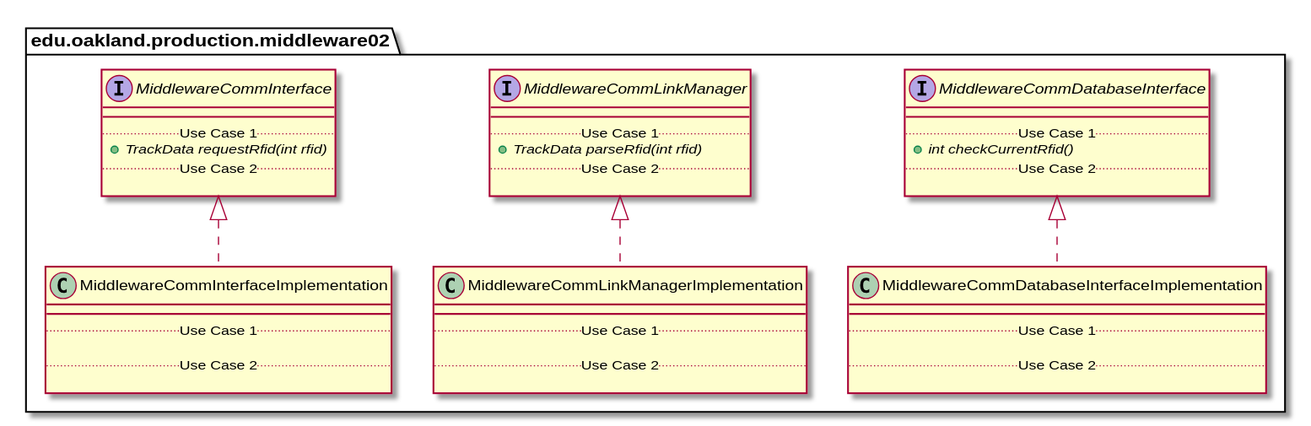
Above: docs/uml-class-diagrams/middleware02/production/Middleware02ProductionPackage_DirectDependencies.svg in elilley15/csi-3370-software-project (PlantUML), before the change.
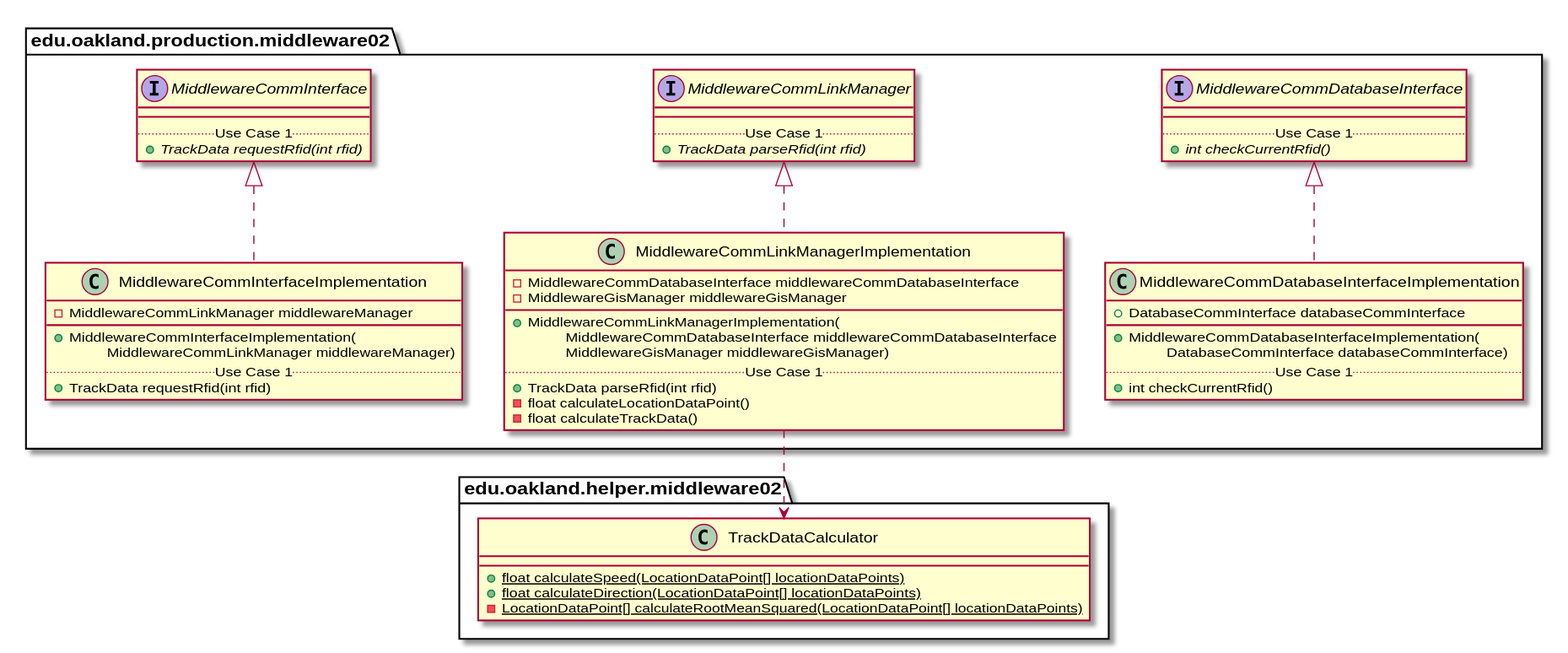
Above is the later version.

What changed in the source:
```diff
@@ -15,8 +15,6 @@
         __
         .. Use Case 1 ..
         {abstract} + TrackData requestRfid(int rfid)
-        .. Use Case 2 ..
-
     }
 }
 
@@ -26,8 +24,6 @@
         __
         .. Use Case 1 ..
         {abstract} + TrackData parseRfid(int rfid)
-        .. Use Case 2 ..
-
     }
 }
 
@@ -37,20 +33,18 @@
         __
         .. Use Case 1 ..
         {abstract} + int checkCurrentRfid()
-        .. Use Case 2 ..
-
     }
 }
 
 
 package edu.oakland.production.middleware02 {
     class MiddlewareCommInterfaceImplementation {
+        - MiddlewareCommLinkManager middlewareManager
         __
+        + MiddlewareCommInterfaceImplementation(
+        \tMiddlewareCommLinkManager middlewareManager)
         .. Use Case 1 ..
-
-        .. Use Case 2 ..
-
-    }
+        + TrackData requestRfid(int rfid)
 }
 
 
@@ -58,11 +52,16 @@
 
 package edu.oakland.production.middleware02 {
     class MiddlewareCommLinkManagerImplementation {
+        - MiddlewareCommDatabaseInterface middlewareCommDatabaseInterface
+        - MiddlewareGisManager middlewareGisManager
         __
+        + MiddlewareCommLinkManagerImplementation(
+        \tMiddlewareCommDatabaseInterface middlewareCommDatabaseInterface
+        \tMiddlewareGisManager middlewareGisManager)
         .. Use Case 1 ..
-
-        .. Use Case 2 ..
-
+        + TrackData parseRfid(int rfid)
+        - float calculateLocationDataPoint()
+        - float calculateTrackData()
     }
 }
 
@@ -71,11 +70,12 @@
 
 package edu.oakland.production.middleware02 {
     class MiddlewareCommDatabaseInterfaceImplementation {
+        + DatabaseCommInterface databaseCommInterface
         __
+        + MiddlewareCommDatabaseInterfaceImplementation(
+        \tDatabaseCommInterface databaseCommInterface)
         .. Use Case 1 ..
-
-        .. Use Case 2 ..
-
+        + int checkCurrentRfid()
     }
 }
 
@@ -87,6 +87,15 @@
 
 
 
+package edu.oakland.helper.middleware02 {
+    class TrackDataCalculator {
+        {static} + float calculateSpeed(LocationDataPoint[] locationDataPoints)
+        {static} + float calculateDirection(LocationDataPoint[] locationDataPoints)
+        {static} - LocationDataPoint[] calculateRootMeanSquared(LocationDataPoint[] locationDataPoints)
+    }
+}
+
+MiddlewareCommLinkManagerImplementation ..> TrackDataCalculator
 
 
 
```
